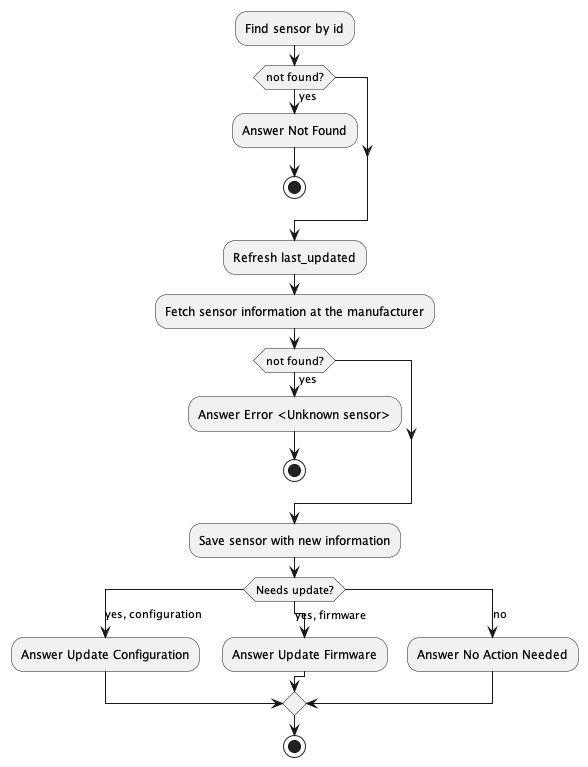
Earlier version of the PlantUML export docs/images/ActivityDiagramCheckSensorStatus.png (AboutCodingBE/validation-excercise).
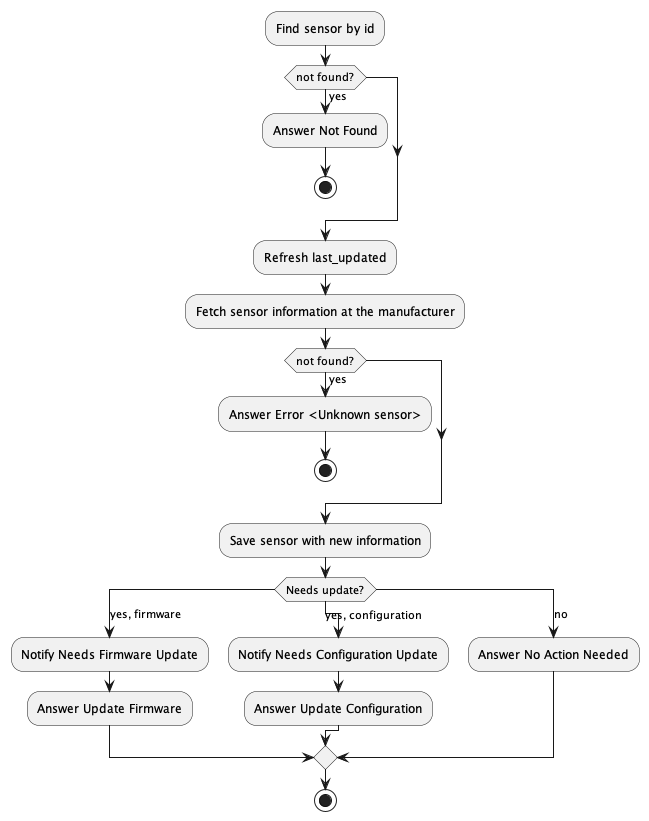
The same diagram one commit later.

Change to the diagram source:
```diff
@@ -20,11 +20,14 @@
 
 
 switch (Needs update?)
-case (yes, configuration)
-  :Answer Update Configuration;
 
 case (yes, firmware)
+  :Notify Needs Firmware Update;
   :Answer Update Firmware;
+
+case (yes, configuration)
+  :Notify Needs Configuration Update;
+  :Answer Update Configuration;
 
 case (no)
   :Answer No Action Needed;
```
